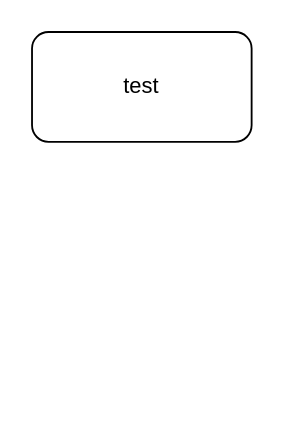
Before: static/test.drawio in firejh/cpp_test, a draw.io diagram. Source tidied: cells renumbered, new cells numbered last; positions are measured from the earlier drawing's top-left corner, leaving out a move shared by most shapes. Both pictures are drawn from the tidied source at 183%, with x=0, y=0 at pixel (31, 31).
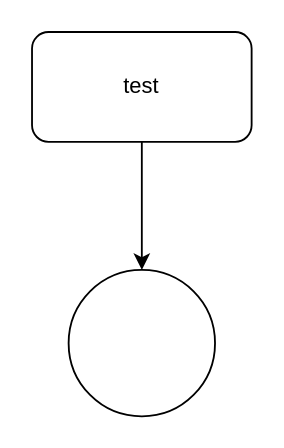
The same diagram, later.

What changed in the source:
```diff
@@
 <mxGraphModel>
   <root>
     <mxCell id="0" />
     <mxCell id="1" parent="0" />
+    <mxCell id="3" style="edgeStyle=orthogonalEdgeStyle;rounded=0;jettySize=auto;html=1;" parent="1" edge="1" source="2" target="4">
+      <mxGeometry relative="1" as="geometry" />
+    </mxCell>
     <mxCell id="2" value="test" style="rounded=1;whiteSpace=wrap;html=1;" parent="1" vertex="1">
       <mxGeometry width="120" height="60" as="geometry" />
     </mxCell>
+    <mxCell id="4" style="ellipse;whiteSpace=wrap;html=1;rounded=1;" parent="1" vertex="1">
+      <mxGeometry x="20" y="130" width="80" height="80" as="geometry" />
+    </mxCell>
   </root>
 </mxGraphModel>
```
